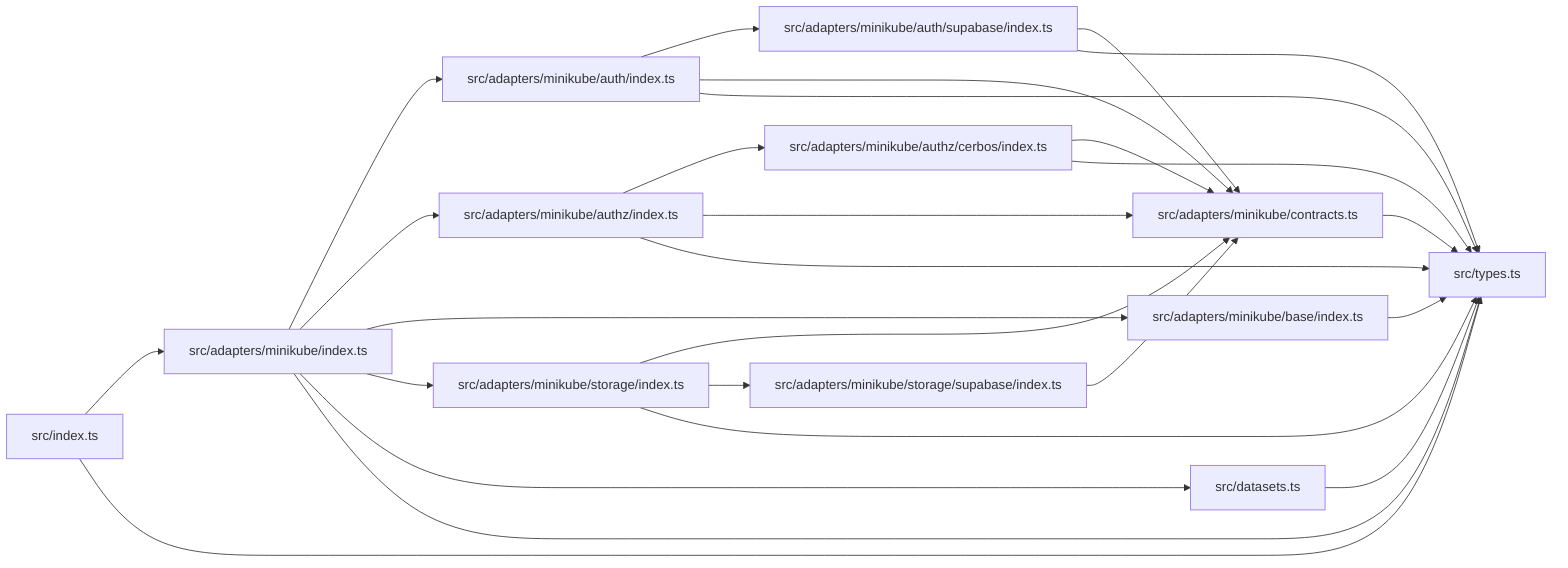
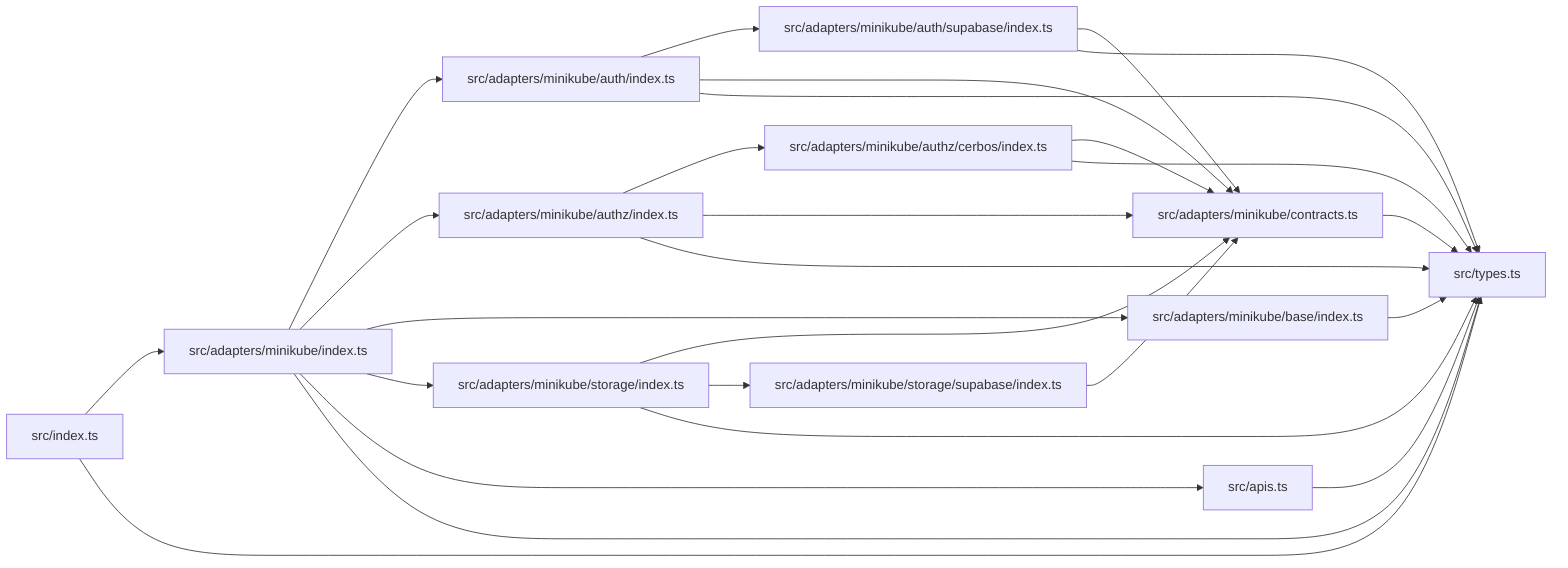
graph LR
  module_src_adapters_minikube_auth_index_ts["src/adapters/minikube/auth/index.ts"]
  module_src_adapters_minikube_auth_supabase_index_ts["src/adapters/minikube/auth/supabase/index.ts"]
  module_src_adapters_minikube_authz_cerbos_index_ts["src/adapters/minikube/authz/cerbos/index.ts"]
  module_src_adapters_minikube_authz_index_ts["src/adapters/minikube/authz/index.ts"]
  module_src_adapters_minikube_base_index_ts["src/adapters/minikube/base/index.ts"]
  module_src_adapters_minikube_contracts_ts["src/adapters/minikube/contracts.ts"]
  module_src_adapters_minikube_index_ts["src/adapters/minikube/index.ts"]
  module_src_adapters_minikube_storage_index_ts["src/adapters/minikube/storage/index.ts"]
  module_src_adapters_minikube_storage_supabase_index_ts["src/adapters/minikube/storage/supabase/index.ts"]
-   module_src_datasets_ts["src/datasets.ts"]
+   module_src_apis_ts["src/apis.ts"]
  module_src_index_ts["src/index.ts"]
  module_src_types_ts["src/types.ts"]
  module_src_adapters_minikube_auth_index_ts --> module_src_adapters_minikube_auth_supabase_index_ts
  module_src_adapters_minikube_auth_index_ts --> module_src_adapters_minikube_contracts_ts
  module_src_adapters_minikube_auth_index_ts --> module_src_types_ts
  module_src_adapters_minikube_auth_supabase_index_ts --> module_src_adapters_minikube_contracts_ts
  module_src_adapters_minikube_auth_supabase_index_ts --> module_src_types_ts
  module_src_adapters_minikube_authz_cerbos_index_ts --> module_src_adapters_minikube_contracts_ts
  module_src_adapters_minikube_authz_cerbos_index_ts --> module_src_types_ts
  module_src_adapters_minikube_authz_index_ts --> module_src_adapters_minikube_authz_cerbos_index_ts
  module_src_adapters_minikube_authz_index_ts --> module_src_adapters_minikube_contracts_ts
  module_src_adapters_minikube_authz_index_ts --> module_src_types_ts
  module_src_adapters_minikube_base_index_ts --> module_src_types_ts
  module_src_adapters_minikube_contracts_ts --> module_src_types_ts
  module_src_adapters_minikube_index_ts --> module_src_adapters_minikube_auth_index_ts
  module_src_adapters_minikube_index_ts --> module_src_adapters_minikube_authz_index_ts
  module_src_adapters_minikube_index_ts --> module_src_adapters_minikube_base_index_ts
  module_src_adapters_minikube_index_ts --> module_src_adapters_minikube_storage_index_ts
-   module_src_adapters_minikube_index_ts --> module_src_datasets_ts
+   module_src_adapters_minikube_index_ts --> module_src_apis_ts
  module_src_adapters_minikube_index_ts --> module_src_types_ts
  module_src_adapters_minikube_storage_index_ts --> module_src_adapters_minikube_contracts_ts
  module_src_adapters_minikube_storage_index_ts --> module_src_adapters_minikube_storage_supabase_index_ts
  module_src_adapters_minikube_storage_index_ts --> module_src_types_ts
  module_src_adapters_minikube_storage_supabase_index_ts --> module_src_adapters_minikube_contracts_ts
-   module_src_datasets_ts --> module_src_types_ts
+   module_src_apis_ts --> module_src_types_ts
  module_src_index_ts --> module_src_adapters_minikube_index_ts
  module_src_index_ts --> module_src_types_ts
